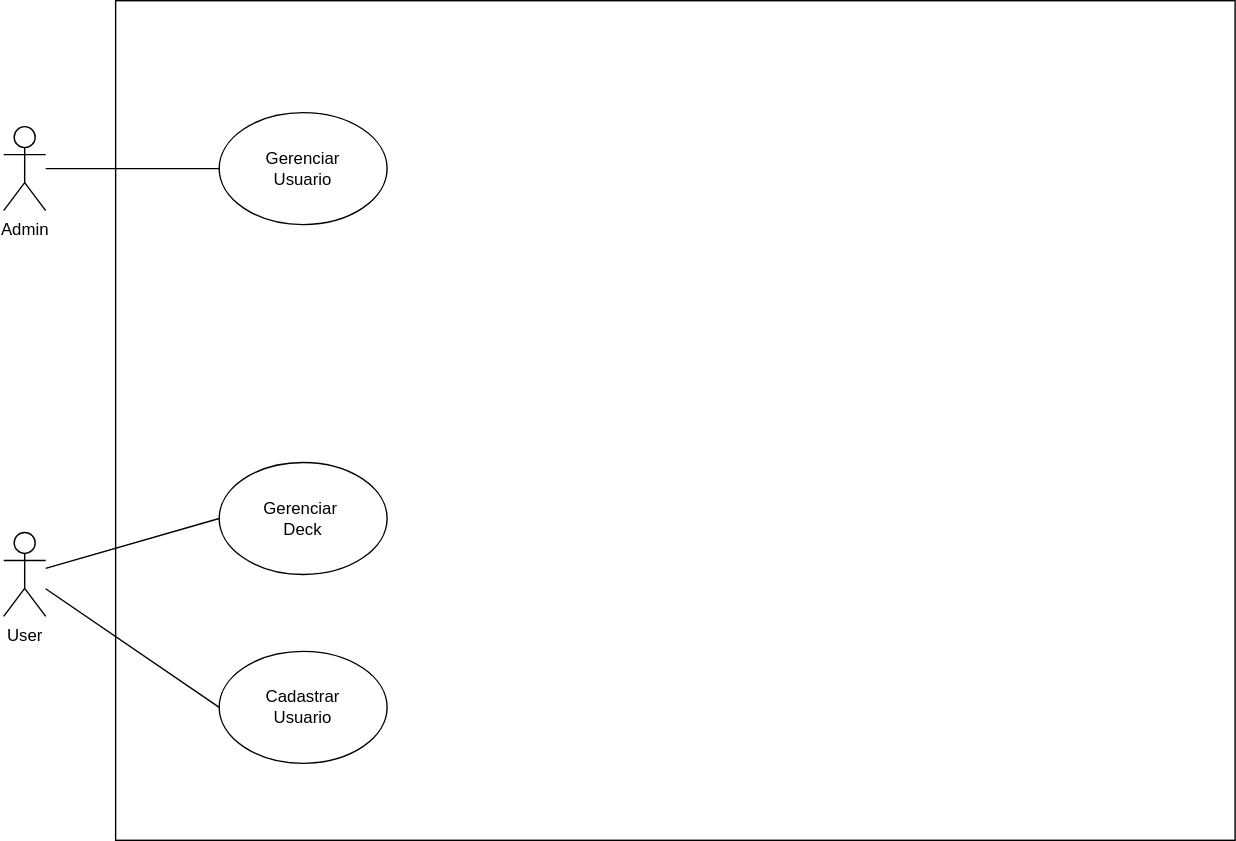
Earlier version of the draw.io export CasosDeUso.svg (cassiovittori/Projeto_MPS). Source tidied: cells renumbered, new cells last; positions are measured from the earlier drawing's top-left corner, leaving out a move shared by most shapes.
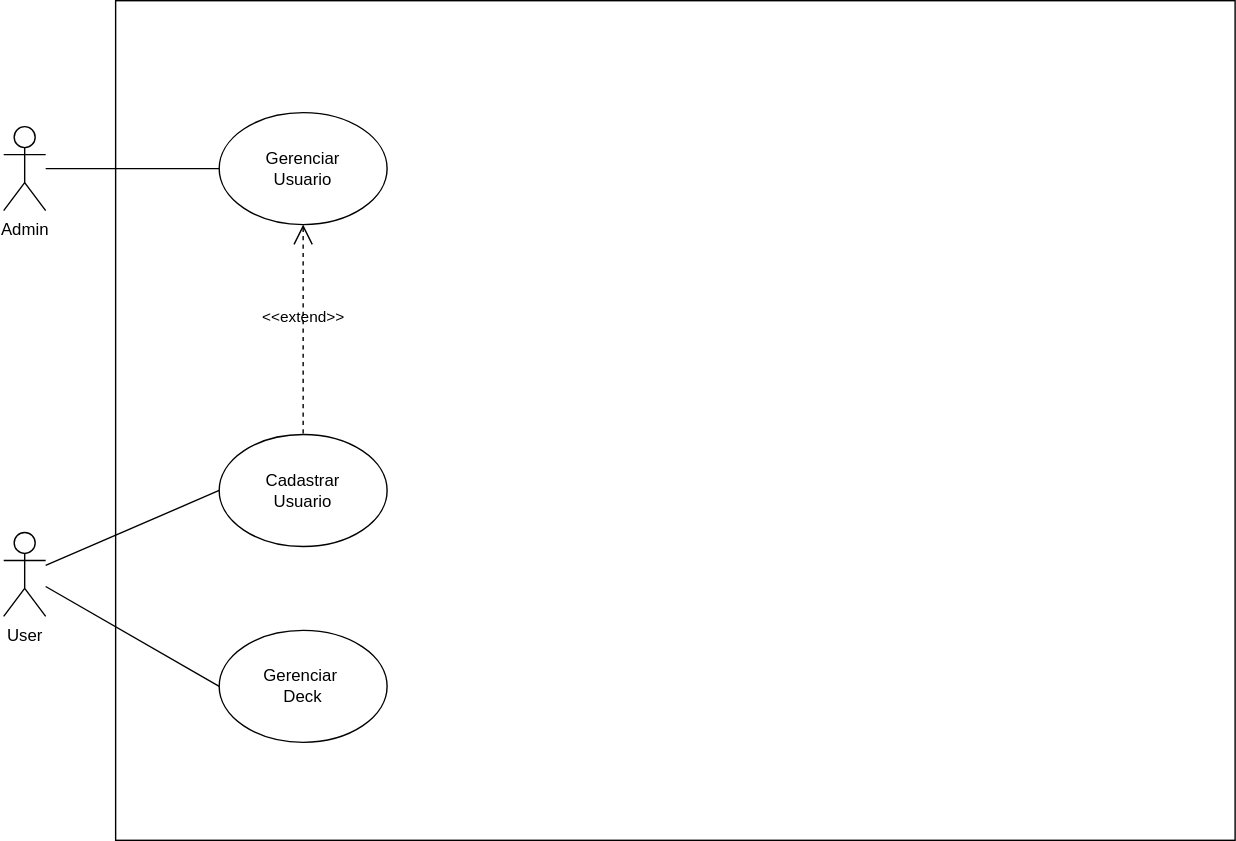
Later version of the same file.

What changed in the source:
```diff
@@ -18,16 +18,19 @@
       <mxGeometry y="380" width="30" height="60" as="geometry" />
     </mxCell>
     <mxCell id="7" value="Cadastrar&lt;div&gt;Usuario&lt;/div&gt;" style="ellipse;whiteSpace=wrap;html=1;" parent="1" vertex="1">
-      <mxGeometry x="154" y="465" width="120" height="80" as="geometry" />
+      <mxGeometry x="154" y="310" width="120" height="80" as="geometry" />
     </mxCell>
     <mxCell id="8" style="endArrow=none;html=1;rounded=0;entryX=0;entryY=0.5;entryDx=0;entryDy=0;" parent="1" edge="1" source="6" target="7">
       <mxGeometry relative="1" as="geometry" />
     </mxCell>
     <mxCell id="9" value="Gerenciar&amp;nbsp;&lt;div&gt;Deck&lt;/div&gt;" style="ellipse;whiteSpace=wrap;html=1;" parent="1" vertex="1">
-      <mxGeometry x="154" y="330" width="120" height="80" as="geometry" />
+      <mxGeometry x="154" y="450" width="120" height="80" as="geometry" />
     </mxCell>
     <mxCell id="10" style="endArrow=none;html=1;rounded=0;entryX=0;entryY=0.5;entryDx=0;entryDy=0;" parent="1" edge="1" source="6" target="9">
       <mxGeometry relative="1" as="geometry" />
     </mxCell>
+    <mxCell id="11" value="&amp;lt;&amp;lt;extend&amp;gt;&amp;gt;" style="edgeStyle=none;html=1;startArrow=open;endArrow=none;startSize=12;verticalAlign=bottom;dashed=1;labelBackgroundColor=none;rounded=0;exitX=0.5;exitY=1;exitDx=0;exitDy=0;entryX=0.5;entryY=0;entryDx=0;entryDy=0;" parent="1" edge="1" source="4" target="7">
+      <mxGeometry relative="1" as="geometry" />
+    </mxCell>
   </root>
 </mxGraphModel>
```
